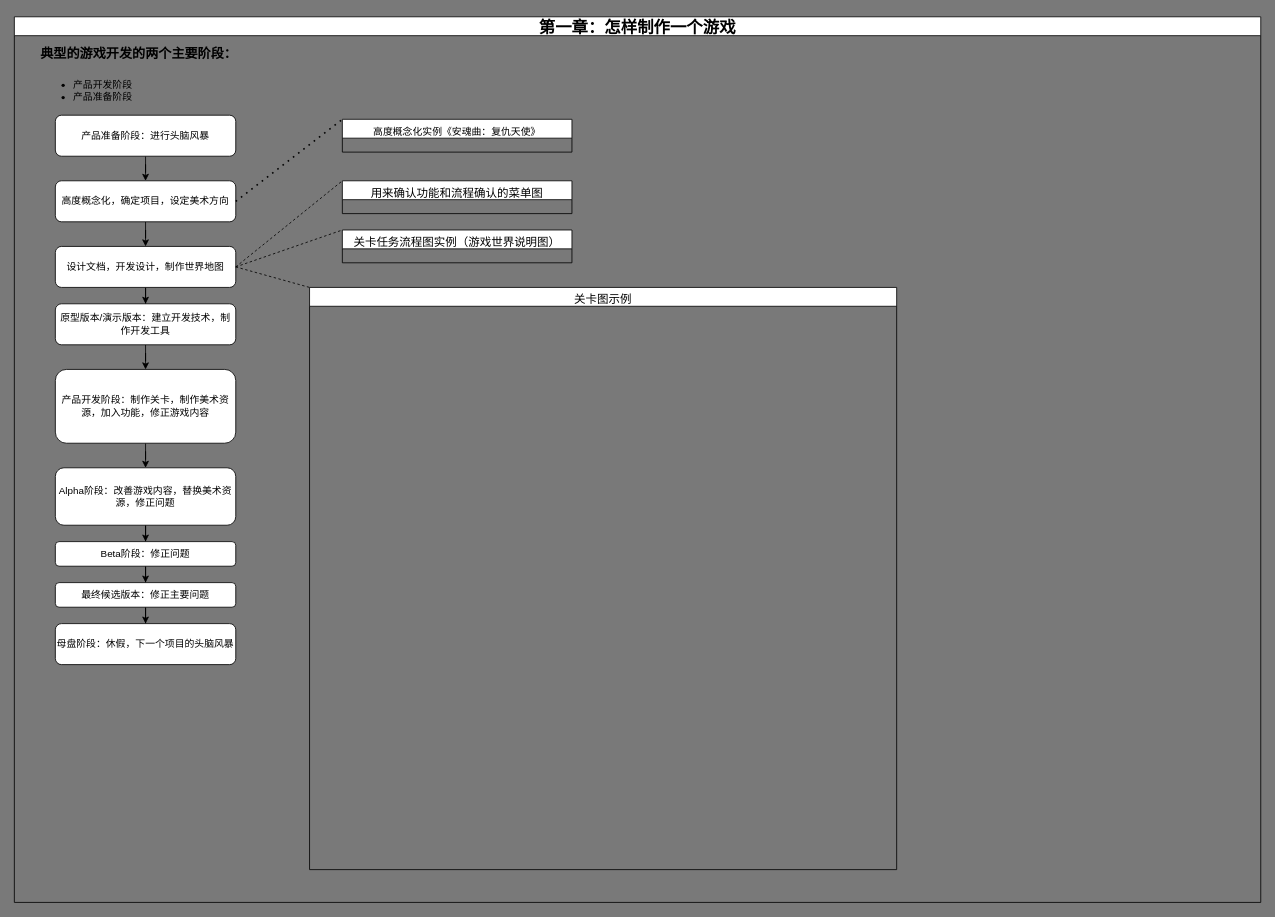
This is 游戏关卡设计读书笔记.drawio from MagicWord-cmd/MyBookMark, a draw.io file, before an edit. Source tidied: cells renumbered, new cells numbered last; positions are measured from the earlier drawing's top-left corner, leaving out a move shared by most shapes. Both pictures are drawn from the tidied source at 82%, with x=0, y=0 at pixel (14, 16).
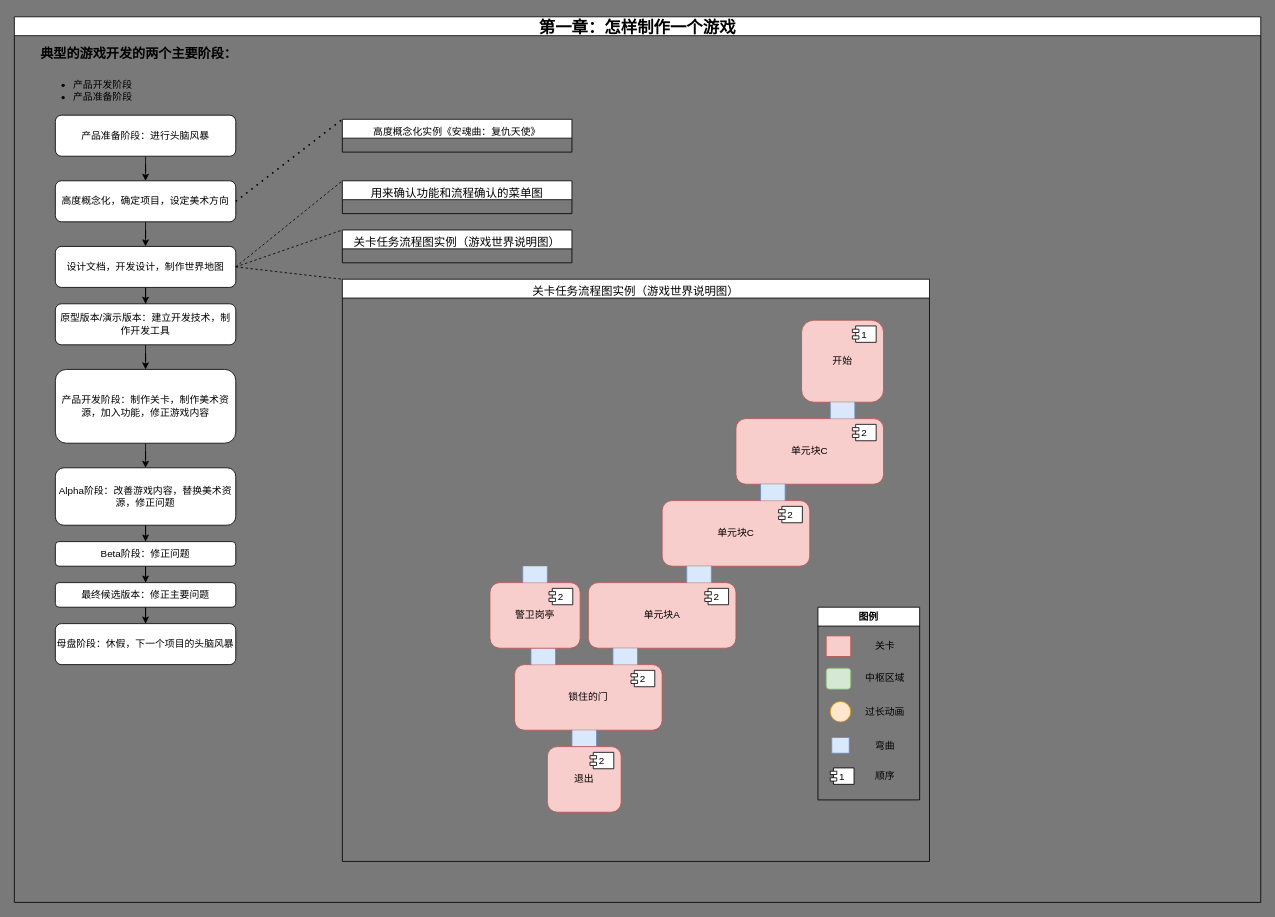
The same page after the edit.

Commit message:
更新游戏关卡设计读书笔记.drawio

Unchanged cells that the change refers to:
```xml
<mxCell id="2" value="&lt;font style=&quot;font-size: 20px;&quot;&gt;第一章：怎样制作一个游戏&lt;/font&gt;" style="swimlane;whiteSpace=wrap;html=1;fontSize=24;" parent="1" vertex="1">
  <mxGeometry width="1520" height="1080" as="geometry" />
</mxCell>
<mxCell id="10" value="设计文档，开发设计，制作世界地图" style="whiteSpace=wrap;html=1;rounded=1;" parent="2" vertex="1">
  <mxGeometry x="50" y="280" width="220" height="50" as="geometry" />
</mxCell>
```

What changed in the source:
```diff
@@
-    <mxCell id="28" value="&lt;div style=&quot;&quot;&gt;&lt;span style=&quot;font-size: 14px; font-weight: 400;&quot;&gt;关卡图示例&lt;/span&gt;&lt;/div&gt;" style="swimlane;whiteSpace=wrap;html=1;fontSize=24;startSize=23;align=center;" parent="2" vertex="1">
-      <mxGeometry x="360" y="330" width="716" height="710" as="geometry" />
-    </mxCell>
-    <mxCell id="29" style="endArrow=none;dashed=1;html=1;rounded=0;exitX=1;exitY=0.5;exitDx=0;exitDy=0;entryX=0;entryY=0;entryDx=0;entryDy=0;" parent="2" edge="1" source="10" target="28">
+    <mxCell id="29" style="endArrow=none;dashed=1;html=1;rounded=0;exitX=1;exitY=0.5;exitDx=0;exitDy=0;entryX=0;entryY=0;entryDx=0;entryDy=0;" parent="2" edge="1" source="10" target="30">
       <mxGeometry relative="1" as="geometry" />
     </mxCell>
+    <mxCell id="30" value="&lt;div style=&quot;&quot;&gt;&lt;span style=&quot;font-size: 14px; font-weight: 400;&quot;&gt;关卡任务流程图实例（游戏世界说明图）&lt;/span&gt;&lt;/div&gt;" style="swimlane;whiteSpace=wrap;html=1;fontSize=24;startSize=23;align=center;" parent="2" vertex="1">
+      <mxGeometry x="400" y="320" width="716" height="710" as="geometry" />
+    </mxCell>
+    <mxCell id="31" value="开始" style="html=1;whiteSpace=wrap;rounded=1;fillColor=#f8cecc;strokeColor=#b85450;" parent="30" vertex="1">
+      <mxGeometry x="560" y="50" width="100" height="100" as="geometry" />
+    </mxCell>
+    <mxCell id="32" value="1" style="shape=module;jettyWidth=8;jettyHeight=4;" parent="31" vertex="1">
+      <mxGeometry x="1" width="29" height="20" relative="1" as="geometry">
+        <mxPoint x="-38" y="7" as="offset" />
+      </mxGeometry>
+    </mxCell>
+    <mxCell id="33" value="图例" style="swimlane;" parent="30" vertex="1">
+      <mxGeometry x="580" y="400" width="124" height="235" as="geometry" />
+    </mxCell>
+    <mxCell id="34" style="rounded=1;whiteSpace=wrap;html=1;fillColor=#d5e8d4;strokeColor=#82b366;" parent="33" vertex="1">
+      <mxGeometry x="10" y="74.4" width="30" height="25.6" as="geometry" />
+    </mxCell>
+    <mxCell id="35" style="rounded=0;whiteSpace=wrap;html=1;fillColor=#f8cecc;strokeColor=#b85450;" parent="33" vertex="1">
+      <mxGeometry x="10" y="35" width="30" height="25" as="geometry" />
+    </mxCell>
+    <mxCell id="36" value="关卡" style="text;html=1;align=center;verticalAlign=middle;whiteSpace=wrap;rounded=0;" parent="33" vertex="1">
+      <mxGeometry x="52" y="32.5" width="60" height="30" as="geometry" />
+    </mxCell>
+    <mxCell id="37" value="中枢区域" style="text;html=1;align=center;verticalAlign=middle;whiteSpace=wrap;rounded=0;" parent="33" vertex="1">
+      <mxGeometry x="52" y="72.2" width="60" height="30" as="geometry" />
+    </mxCell>
+    <mxCell id="38" style="ellipse;whiteSpace=wrap;html=1;fillColor=#ffe6cc;strokeColor=#d79b00;" parent="33" vertex="1">
+      <mxGeometry x="15" y="115" width="25" height="25" as="geometry" />
+    </mxCell>
+    <mxCell id="39" value="过长动画" style="text;html=1;align=center;verticalAlign=middle;whiteSpace=wrap;rounded=0;" parent="33" vertex="1">
+      <mxGeometry x="52" y="112.5" width="60" height="30" as="geometry" />
+    </mxCell>
+    <mxCell id="40" style="rounded=0;whiteSpace=wrap;html=1;fillColor=#dae8fc;strokeColor=#6c8ebf;" parent="33" vertex="1">
+      <mxGeometry x="16.9" y="159" width="21.2" height="19" as="geometry" />
+    </mxCell>
+    <mxCell id="41" value="弯曲" style="text;html=1;align=center;verticalAlign=middle;whiteSpace=wrap;rounded=0;" parent="33" vertex="1">
+      <mxGeometry x="52" y="153.5" width="60" height="30" as="geometry" />
+    </mxCell>
+    <mxCell id="42" value="1" style="shape=module;jettyWidth=8;jettyHeight=4;rounded=0;strokeColor=default;align=center;verticalAlign=middle;fontFamily=Helvetica;fontSize=12;fontColor=default;fillColor=default;" parent="33" vertex="1">
+      <mxGeometry x="15" y="196" width="29" height="20" as="geometry" />
+    </mxCell>
+    <mxCell id="43" value="顺序" style="text;html=1;align=center;verticalAlign=middle;whiteSpace=wrap;rounded=0;" parent="33" vertex="1">
+      <mxGeometry x="52" y="191" width="60" height="30" as="geometry" />
+    </mxCell>
+    <mxCell id="44" value="单元块C" style="html=1;whiteSpace=wrap;rounded=1;fillColor=#f8cecc;strokeColor=#b85450;" parent="30" vertex="1">
+      <mxGeometry x="480" y="170" width="180" height="80" as="geometry" />
+    </mxCell>
+    <mxCell id="45" value="2" style="shape=module;jettyWidth=8;jettyHeight=4;" parent="44" vertex="1">
+      <mxGeometry x="1" width="29" height="20" relative="1" as="geometry">
+        <mxPoint x="-38" y="7" as="offset" />
+      </mxGeometry>
+    </mxCell>
+    <mxCell id="46" style="shape=partialRectangle;whiteSpace=wrap;html=1;top=0;bottom=0;fillColor=#dae8fc;strokeColor=#6c8ebf;" parent="30" vertex="1">
+      <mxGeometry x="595" y="150" width="30" height="20" as="geometry" />
+    </mxCell>
+    <mxCell id="47" value="单元块C" style="html=1;whiteSpace=wrap;rounded=1;fillColor=#f8cecc;strokeColor=#b85450;" parent="30" vertex="1">
+      <mxGeometry x="390" y="270" width="180" height="80" as="geometry" />
+    </mxCell>
+    <mxCell id="48" value="2" style="shape=module;jettyWidth=8;jettyHeight=4;" parent="47" vertex="1">
+      <mxGeometry x="1" width="29" height="20" relative="1" as="geometry">
+        <mxPoint x="-38" y="7" as="offset" />
+      </mxGeometry>
+    </mxCell>
+    <mxCell id="49" style="shape=partialRectangle;whiteSpace=wrap;html=1;top=0;bottom=0;fillColor=#dae8fc;strokeColor=#6c8ebf;" parent="30" vertex="1">
+      <mxGeometry x="510" y="250" width="30" height="20" as="geometry" />
+    </mxCell>
+    <mxCell id="50" value="单元块A" style="html=1;whiteSpace=wrap;rounded=1;fillColor=#f8cecc;strokeColor=#b85450;" parent="30" vertex="1">
+      <mxGeometry x="300" y="370" width="180" height="80" as="geometry" />
+    </mxCell>
+    <mxCell id="51" value="2" style="shape=module;jettyWidth=8;jettyHeight=4;" parent="50" vertex="1">
+      <mxGeometry x="1" width="29" height="20" relative="1" as="geometry">
+        <mxPoint x="-38" y="7" as="offset" />
+      </mxGeometry>
+    </mxCell>
+    <mxCell id="52" style="shape=partialRectangle;whiteSpace=wrap;html=1;top=0;bottom=0;fillColor=#dae8fc;strokeColor=#6c8ebf;" parent="30" vertex="1">
+      <mxGeometry x="420" y="350" width="30" height="20" as="geometry" />
+    </mxCell>
+    <mxCell id="53" value="锁住的门" style="html=1;whiteSpace=wrap;rounded=1;fillColor=#f8cecc;strokeColor=#b85450;" parent="30" vertex="1">
+      <mxGeometry x="210" y="470" width="180" height="80" as="geometry" />
+    </mxCell>
+    <mxCell id="54" value="2" style="shape=module;jettyWidth=8;jettyHeight=4;" parent="53" vertex="1">
+      <mxGeometry x="1" width="29" height="20" relative="1" as="geometry">
+        <mxPoint x="-38" y="7" as="offset" />
+      </mxGeometry>
+    </mxCell>
+    <mxCell id="55" style="shape=partialRectangle;whiteSpace=wrap;html=1;top=0;bottom=0;fillColor=#dae8fc;strokeColor=#6c8ebf;" parent="30" vertex="1">
+      <mxGeometry x="330" y="450" width="30" height="20" as="geometry" />
+    </mxCell>
+    <mxCell id="56" style="shape=partialRectangle;whiteSpace=wrap;html=1;top=0;bottom=0;fillColor=#dae8fc;strokeColor=#6c8ebf;" parent="30" vertex="1">
+      <mxGeometry x="230" y="450" width="30" height="20" as="geometry" />
+    </mxCell>
+    <mxCell id="57" value="警卫岗亭" style="html=1;whiteSpace=wrap;rounded=1;fillColor=#f8cecc;strokeColor=#b85450;" parent="30" vertex="1">
+      <mxGeometry x="180" y="370" width="110" height="80" as="geometry" />
+    </mxCell>
+    <mxCell id="58" value="2" style="shape=module;jettyWidth=8;jettyHeight=4;" parent="57" vertex="1">
+      <mxGeometry x="1" width="29" height="20" relative="1" as="geometry">
+        <mxPoint x="-38" y="7" as="offset" />
+      </mxGeometry>
+    </mxCell>
+    <mxCell id="59" style="shape=partialRectangle;whiteSpace=wrap;html=1;top=0;bottom=0;fillColor=#dae8fc;strokeColor=#6c8ebf;" parent="30" vertex="1">
+      <mxGeometry x="280" y="550" width="30" height="20" as="geometry" />
+    </mxCell>
+    <mxCell id="60" value="退出" style="html=1;whiteSpace=wrap;rounded=1;fillColor=#f8cecc;strokeColor=#b85450;" parent="30" vertex="1">
+      <mxGeometry x="250" y="570" width="90" height="80" as="geometry" />
+    </mxCell>
+    <mxCell id="61" value="2" style="shape=module;jettyWidth=8;jettyHeight=4;" parent="60" vertex="1">
+      <mxGeometry x="1" width="29" height="20" relative="1" as="geometry">
+        <mxPoint x="-38" y="7" as="offset" />
+      </mxGeometry>
+    </mxCell>
+    <mxCell id="62" style="shape=partialRectangle;whiteSpace=wrap;html=1;top=0;bottom=0;fillColor=#dae8fc;strokeColor=#6c8ebf;" parent="30" vertex="1">
+      <mxGeometry x="220" y="350" width="30" height="20" as="geometry" />
+    </mxCell>
```
